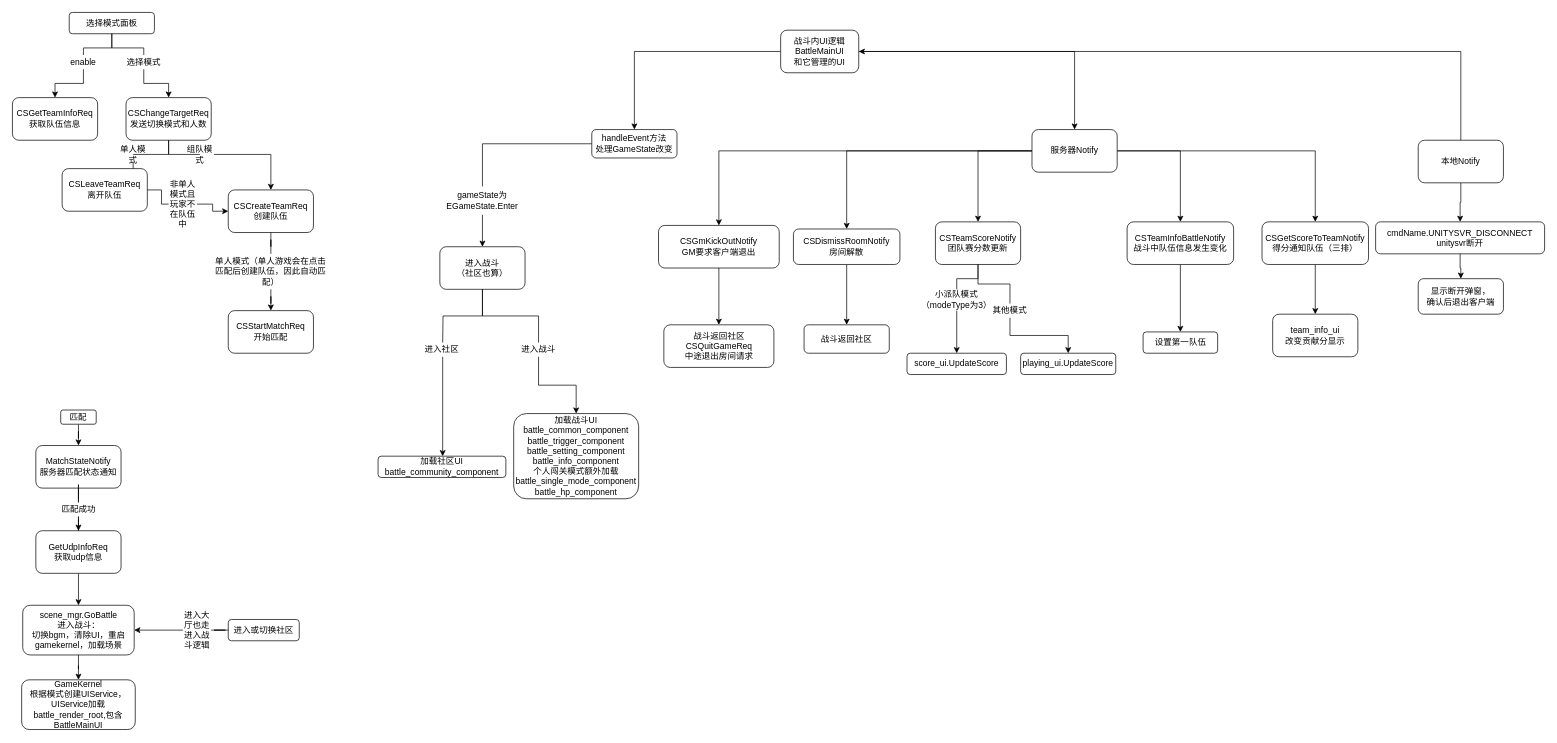
Before: Untitled Diagram.drawio in ultramanseven/1185441734, a draw.io diagram. Source tidied: cells renumbered, new cells numbered last; positions are measured from the earlier drawing's top-left corner, leaving out a move shared by most shapes. Both pictures are drawn from the tidied source at 71%, with x=0, y=0 at pixel (12, 12).
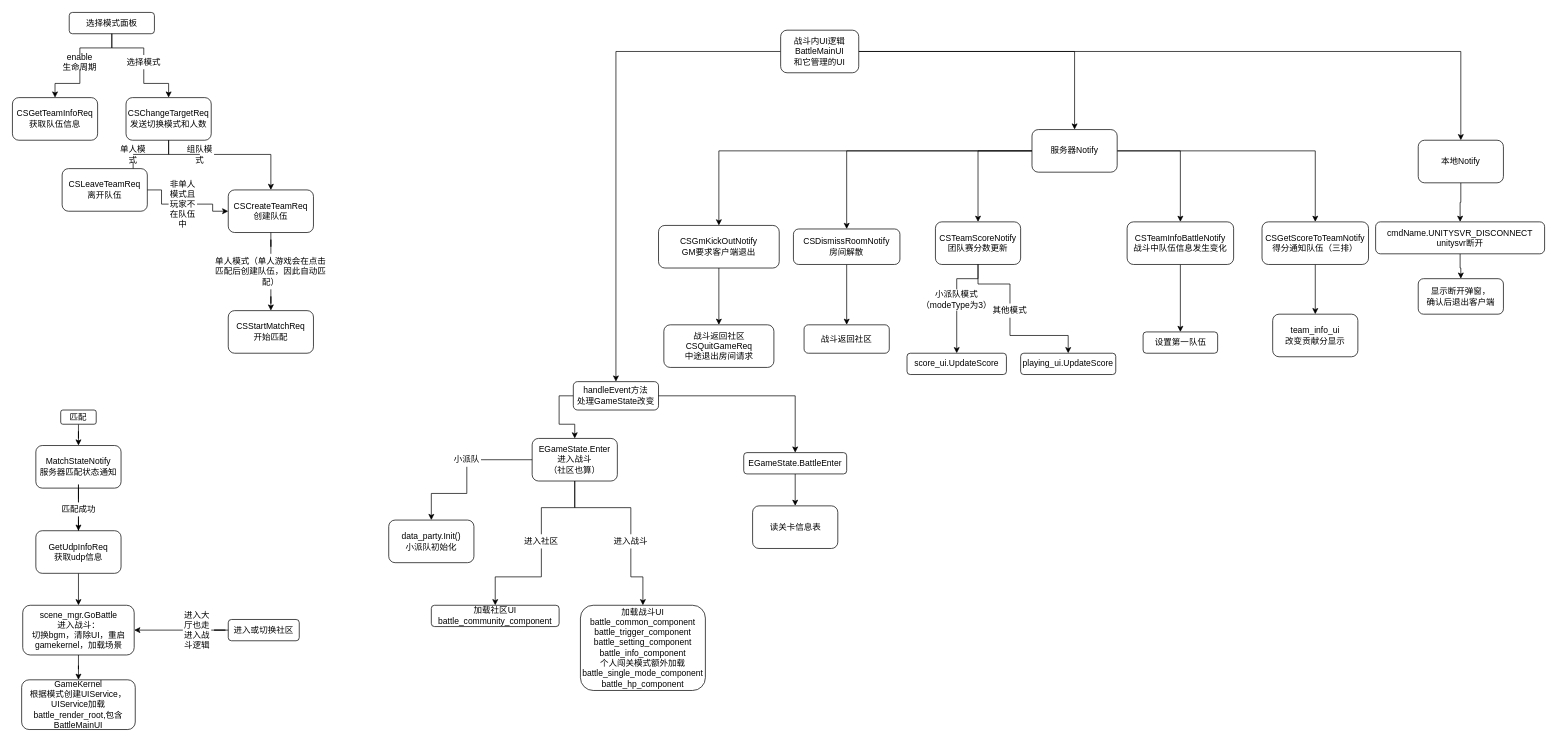
The same diagram, later.

The change refers to these unchanged cells:
```xml
<mxCell id="45" value="战斗内UI逻辑&lt;br&gt;BattleMainUI&lt;br&gt;和它管理的UI" style="rounded=1;whiteSpace=wrap;html=1;" parent="1" vertex="1">
  <mxGeometry x="1082" y="25" width="110" height="60" as="geometry" />
</mxCell>
<mxCell id="87" value="本地Notify" style="rounded=1;whiteSpace=wrap;html=1;" parent="1" vertex="1">
  <mxGeometry x="1980" y="180" width="120" height="60" as="geometry" />
</mxCell>
```

Change to the diagram source:
```diff
@@
-    <mxCell id="32" value="enable" style="text;html=1;strokeColor=none;fillColor=none;align=center;verticalAlign=middle;whiteSpace=wrap;rounded=0;" parent="1" vertex="1">
-      <mxGeometry x="80" y="60" width="40" height="20" as="geometry" />
+    <mxCell id="32" value="enable生命周期" style="text;html=1;strokeColor=none;fillColor=none;align=center;verticalAlign=middle;whiteSpace=wrap;rounded=0;" parent="1" vertex="1">
+      <mxGeometry x="70" y="60" width="50" height="20" as="geometry" />
     </mxCell>
@@
     <mxCell id="41" value="加载社区UI&lt;br&gt;battle_community_component" style="rounded=1;whiteSpace=wrap;html=1;" parent="1" vertex="1">
-      <mxGeometry x="515" y="625" width="180" height="30" as="geometry" />
+      <mxGeometry x="590" y="835" width="180" height="30" as="geometry" />
     </mxCell>
     <mxCell id="42" value="加载战斗UI&lt;br&gt;battle_common_component&lt;br&gt;battle_trigger_component&lt;br&gt;battle_setting_component&lt;br&gt;battle_info_component&lt;br&gt;个人闯关模式额外加载&lt;br&gt;battle_single_mode_component&lt;br&gt;battle_hp_component&lt;br&gt;" style="rounded=1;whiteSpace=wrap;html=1;" parent="1" vertex="1">
-      <mxGeometry x="706" y="565" width="176" height="120" as="geometry" />
+      <mxGeometry x="800" y="835" width="176" height="120" as="geometry" />
     </mxCell>
@@
+    <mxCell id="91" style="edgeStyle=orthogonalEdgeStyle;rounded=0;jettySize=auto;html=1;exitX=1;exitY=0.5;exitDx=0;exitDy=0;" parent="1" edge="1" source="45" target="87">
+      <mxGeometry relative="1" as="geometry" />
+    </mxCell>
@@
-    <mxCell id="46" style="edgeStyle=orthogonalEdgeStyle;rounded=0;jettySize=auto;html=1;entryX=0.5;entryY=0;entryDx=0;entryDy=0;startArrow=none;" parent="1" edge="1" source="57" target="56">
-      <mxGeometry relative="1" as="geometry" />
-    </mxCell>
+    <mxCell id="92" style="edgeStyle=orthogonalEdgeStyle;rounded=0;jettySize=auto;html=1;exitX=0;exitY=0.5;exitDx=0;exitDy=0;" parent="1" edge="1" source="47" target="56">
+      <mxGeometry relative="1" as="geometry" />
+    </mxCell>
+    <mxCell id="93" style="edgeStyle=orthogonalEdgeStyle;rounded=0;jettySize=auto;html=1;exitX=0.5;exitY=1;exitDx=0;exitDy=0;" parent="1" edge="1" source="47" target="101">
+      <mxGeometry relative="1" as="geometry">
+        <Array as="points">
+          <mxPoint x="876" y="540" />
+          <mxPoint x="1008" y="540" />
+        </Array>
+      </mxGeometry>
+    </mxCell>
     <mxCell id="47" value="handleEvent方法&lt;br&gt;处理GameState改变" style="rounded=1;whiteSpace=wrap;html=1;" parent="1" vertex="1">
-      <mxGeometry x="816" y="165" width="120" height="40" as="geometry" />
+      <mxGeometry x="790" y="520" width="120" height="40" as="geometry" />
     </mxCell>
@@
-    <mxCell id="54" style="edgeStyle=orthogonalEdgeStyle;rounded=0;orthogonalLoop=1;jettySize=auto;html=1;startArrow=none;" parent="1" edge="1">
-      <mxGeometry relative="1" as="geometry">
-        <mxPoint x="606" y="485" as="sourcePoint" />
-        <mxPoint x="606" y="625" as="targetPoint" />
-      </mxGeometry>
-    </mxCell>
@@
+    <mxCell id="94" style="edgeStyle=orthogonalEdgeStyle;rounded=0;jettySize=auto;html=1;exitX=0.5;exitY=1;exitDx=0;exitDy=0;startArrow=none;" parent="1" edge="1" source="59" target="41">
+      <mxGeometry relative="1" as="geometry" />
+    </mxCell>
+    <mxCell id="95" style="edgeStyle=orthogonalEdgeStyle;rounded=0;jettySize=auto;html=1;startArrow=none;" parent="1" edge="1" source="98" target="97">
+      <mxGeometry relative="1" as="geometry" />
+    </mxCell>
-    <mxCell id="56" value="&lt;span&gt;进入战斗&lt;br&gt;（社区也算）&lt;/span&gt;" style="rounded=1;whiteSpace=wrap;html=1;" parent="1" vertex="1">
-      <mxGeometry x="602" y="330" width="120" height="60" as="geometry" />
+    <mxCell id="56" value="EGameState.Enter&lt;span&gt;&lt;br&gt;进入战斗&lt;br&gt;（社区也算）&lt;/span&gt;" style="rounded=1;whiteSpace=wrap;html=1;" parent="1" vertex="1">
+      <mxGeometry x="732" y="600" width="120" height="60" as="geometry" />
     </mxCell>
-    <mxCell id="57" value="gameState为EGameState.Enter" style="text;html=1;strokeColor=none;fillColor=none;align=center;verticalAlign=middle;whiteSpace=wrap;rounded=0;" parent="1" vertex="1">
-      <mxGeometry x="600" y="245" width="124" height="40" as="geometry" />
-    </mxCell>
-    <mxCell id="58" style="edgeStyle=orthogonalEdgeStyle;rounded=0;jettySize=auto;html=1;entryX=0.5;entryY=0;entryDx=0;entryDy=0;endArrow=none;" parent="1" edge="1" source="47" target="57">
-      <mxGeometry relative="1" as="geometry" />
-    </mxCell>
-    <mxCell id="59" value="进入社区" style="text;html=1;strokeColor=none;fillColor=none;align=center;verticalAlign=middle;whiteSpace=wrap;rounded=0;" parent="1" vertex="1">
-      <mxGeometry x="580" y="465" width="50" height="20" as="geometry" />
-    </mxCell>
-    <mxCell id="60" style="edgeStyle=orthogonalEdgeStyle;rounded=0;jettySize=auto;html=1;entryX=0.5;entryY=0;entryDx=0;entryDy=0;endArrow=none;" parent="1" edge="1" source="56">
-      <mxGeometry relative="1" as="geometry">
-        <mxPoint x="606" y="465" as="targetPoint" />
-      </mxGeometry>
-    </mxCell>
     <mxCell id="61" value="进入战斗" style="text;html=1;strokeColor=none;fillColor=none;align=center;verticalAlign=middle;whiteSpace=wrap;rounded=0;" parent="1" vertex="1">
-      <mxGeometry x="716" y="465" width="50" height="20" as="geometry" />
+      <mxGeometry x="846" y="735" width="50" height="20" as="geometry" />
     </mxCell>
@@
-    <mxCell id="85" style="edgeStyle=orthogonalEdgeStyle;rounded=0;jettySize=auto;html=1;exitX=0.5;exitY=0;exitDx=0;exitDy=0;entryX=1;entryY=0.5;entryDx=0;entryDy=0;" parent="1" edge="1" source="87" target="45">
-      <mxGeometry relative="1" as="geometry" />
-    </mxCell>
@@
+    <mxCell id="59" value="进入社区" style="text;html=1;strokeColor=none;fillColor=none;align=center;verticalAlign=middle;whiteSpace=wrap;rounded=0;" parent="1" vertex="1">
+      <mxGeometry x="720" y="735" width="50" height="20" as="geometry" />
+    </mxCell>
+    <mxCell id="96" style="edgeStyle=orthogonalEdgeStyle;rounded=0;jettySize=auto;html=1;exitX=0.5;exitY=1;exitDx=0;exitDy=0;endArrow=none;" parent="1" edge="1" source="56" target="59">
+      <mxGeometry relative="1" as="geometry" />
+    </mxCell>
+    <mxCell id="97" value="data_party.Init()&lt;br&gt;小派队初始化" style="rounded=1;whiteSpace=wrap;html=1;" parent="1" vertex="1">
+      <mxGeometry x="530" y="715" width="120" height="60" as="geometry" />
+    </mxCell>
+    <mxCell id="98" value="小派队" style="text;html=1;strokeColor=none;fillColor=none;align=center;verticalAlign=middle;whiteSpace=wrap;rounded=0;" parent="1" vertex="1">
+      <mxGeometry x="620" y="620" width="40" height="20" as="geometry" />
+    </mxCell>
+    <mxCell id="99" style="edgeStyle=orthogonalEdgeStyle;rounded=0;jettySize=auto;html=1;endArrow=none;" parent="1" edge="1" source="56" target="98">
+      <mxGeometry relative="1" as="geometry" />
+    </mxCell>
+    <mxCell id="100" style="edgeStyle=orthogonalEdgeStyle;rounded=0;jettySize=auto;html=1;exitX=0.5;exitY=1;exitDx=0;exitDy=0;" parent="1" edge="1" source="101" target="102">
+      <mxGeometry relative="1" as="geometry" />
+    </mxCell>
+    <mxCell id="101" value="EGameState.BattleEnter" style="rounded=1;whiteSpace=wrap;html=1;" parent="1" vertex="1">
+      <mxGeometry x="1030" y="620" width="145" height="30" as="geometry" />
+    </mxCell>
+    <mxCell id="102" value="读关卡信息表" style="rounded=1;whiteSpace=wrap;html=1;" parent="1" vertex="1">
+      <mxGeometry x="1042.5" y="695" width="120" height="60" as="geometry" />
+    </mxCell>
```
